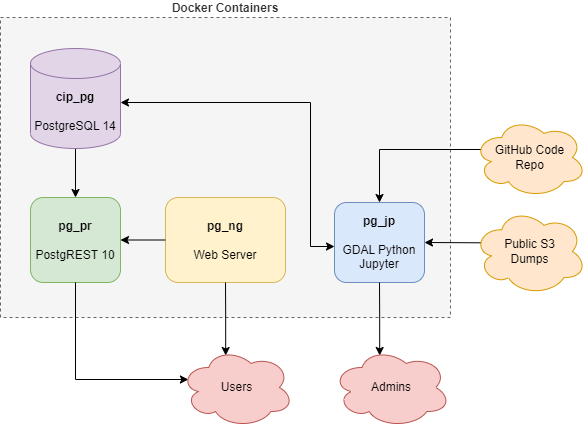
This is docs/architecture_local.drawio.png from USEPA/CIP-service, a draw.io export, as it was before one commit. Source tidied: cells renumbered, new cells last; positions are measured from the earlier drawing's top-left corner, leaving out a move shared by most shapes.
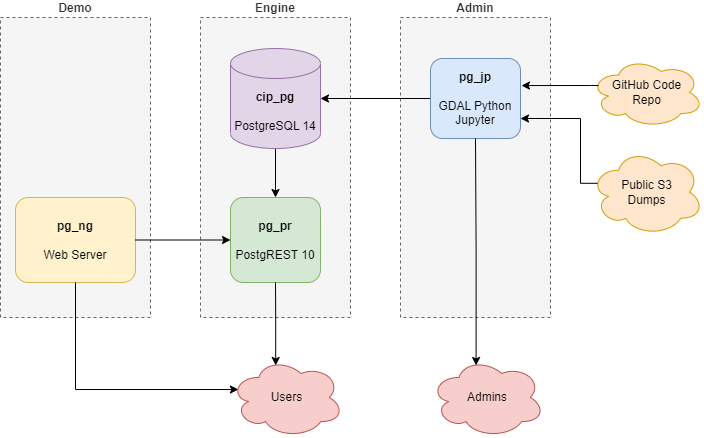
Above is the later version.

What changed in the source:
```diff
@@ -2,8 +2,14 @@
   <root>
     <mxCell id="0" />
     <mxCell id="1" parent="0" />
+    <mxCell id="20" value="&lt;b&gt;Demo&lt;/b&gt;" style="rounded=0;whiteSpace=wrap;html=1;fillColor=#f5f5f5;dashed=1;labelPosition=center;verticalLabelPosition=top;align=center;verticalAlign=bottom;fontColor=#333333;strokeColor=#666666;" parent="1" vertex="1">
+      <mxGeometry x="-80" y="10" width="150" height="300" as="geometry" />
+    </mxCell>
+    <mxCell id="21" value="&lt;b&gt;Admin&lt;br&gt;&lt;/b&gt;" style="rounded=0;whiteSpace=wrap;html=1;fillColor=#f5f5f5;dashed=1;labelPosition=center;verticalLabelPosition=top;align=center;verticalAlign=bottom;fontColor=#333333;strokeColor=#666666;" parent="1" vertex="1">
+      <mxGeometry x="320" y="10" width="150" height="300" as="geometry" />
+    </mxCell>
-    <mxCell id="2" value="&lt;b&gt;Docker Containers&lt;/b&gt;" style="rounded=0;whiteSpace=wrap;html=1;fillColor=#f5f5f5;dashed=1;labelPosition=center;verticalLabelPosition=top;align=center;verticalAlign=bottom;fontColor=#333333;strokeColor=#666666;" parent="1" vertex="1">
-      <mxGeometry width="450" height="300" as="geometry" />
+    <mxCell id="2" value="&lt;b&gt;Engine&lt;/b&gt;" style="rounded=0;whiteSpace=wrap;html=1;fillColor=#f5f5f5;dashed=1;labelPosition=center;verticalLabelPosition=top;align=center;verticalAlign=bottom;fontColor=#333333;strokeColor=#666666;" parent="1" vertex="1">
+      <mxGeometry x="120" y="10" width="150" height="300" as="geometry" />
     </mxCell>
     <mxCell id="3" style="edgeStyle=orthogonalEdgeStyle;rounded=0;jettySize=auto;html=1;exitX=0.5;exitY=1;exitDx=0;exitDy=0;exitPerimeter=0;entryX=0.5;entryY=0;entryDx=0;entryDy=0;" parent="1" edge="1" source="6" target="8">
       <mxGeometry relative="1" as="geometry" />
@@ -11,62 +17,57 @@
     <mxCell id="4" style="edgeStyle=orthogonalEdgeStyle;rounded=0;jettySize=auto;html=1;exitX=1;exitY=0.5;exitDx=0;exitDy=0;exitPerimeter=0;entryX=0;entryY=0.5;entryDx=0;entryDy=0;strokeColor=none;" parent="1" edge="1" source="6" target="7">
       <mxGeometry relative="1" as="geometry" />
     </mxCell>
-    <mxCell id="5" style="edgeStyle=orthogonalEdgeStyle;rounded=0;orthogonalLoop=1;jettySize=auto;html=1;entryX=0;entryY=0.5;entryDx=0;entryDy=0;startArrow=classic;startFill=1;exitX=1;exitY=0.5;exitDx=0;exitDy=0;exitPerimeter=0;" parent="1" edge="1">
-      <mxGeometry relative="1" as="geometry">
-        <mxPoint x="120" y="85" as="sourcePoint" />
-        <mxPoint x="334" y="229" as="targetPoint" />
-        <Array as="points">
-          <mxPoint x="310" y="85" />
-          <mxPoint x="310" y="229" />
-        </Array>
-      </mxGeometry>
-    </mxCell>
     <mxCell id="6" value="&lt;b&gt;cip_pg&lt;/b&gt;&lt;br&gt;&lt;br&gt;PostgreSQL 14" style="shape=cylinder3;whiteSpace=wrap;html=1;boundedLbl=1;backgroundOutline=1;size=15;fillColor=#e1d5e7;strokeColor=#9673a6;" parent="1" vertex="1">
-      <mxGeometry x="30" y="31" width="90" height="100" as="geometry" />
+      <mxGeometry x="150" y="41" width="90" height="100" as="geometry" />
     </mxCell>
+    <mxCell id="22" style="edgeStyle=orthogonalEdgeStyle;rounded=0;jettySize=auto;html=1;exitX=0;exitY=0.5;exitDx=0;exitDy=0;entryX=1;entryY=0.5;entryDx=0;entryDy=0;entryPerimeter=0;" parent="1" edge="1" source="7" target="6">
+      <mxGeometry relative="1" as="geometry" />
+    </mxCell>
     <mxCell id="7" value="&lt;b&gt;pg_jp&lt;/b&gt;&lt;br&gt;&lt;br&gt;GDAL Python Jupyter" style="rounded=1;whiteSpace=wrap;html=1;fillColor=#dae8fc;strokeColor=#6c8ebf;" parent="1" vertex="1">
-      <mxGeometry x="334" y="185" width="90" height="80" as="geometry" />
+      <mxGeometry x="350" y="51" width="90" height="80" as="geometry" />
     </mxCell>
     <mxCell id="8" value="&lt;b&gt;pg_pr&lt;/b&gt;&lt;br&gt;&lt;br&gt;PostgREST 10" style="rounded=1;whiteSpace=wrap;html=1;fillColor=#d5e8d4;strokeColor=#82b366;" parent="1" vertex="1">
-      <mxGeometry x="30" y="180" width="90" height="85" as="geometry" />
+      <mxGeometry x="150" y="190" width="90" height="85" as="geometry" />
     </mxCell>
     <mxCell id="9" value="&lt;b&gt;pg_ng&lt;br&gt;&lt;/b&gt;&lt;br&gt;Web Server" style="rounded=1;whiteSpace=wrap;html=1;fillColor=#fff2cc;strokeColor=#d6b656;" parent="1" vertex="1">
-      <mxGeometry x="165" y="180" width="120" height="85" as="geometry" />
+      <mxGeometry x="-65" y="190" width="120" height="85" as="geometry" />
     </mxCell>
-    <mxCell id="10" style="edgeStyle=orthogonalEdgeStyle;rounded=0;jettySize=auto;html=1;exitX=0.4;exitY=0.1;exitDx=0;exitDy=0;exitPerimeter=0;entryX=0.5;entryY=1;entryDx=0;entryDy=0;startArrow=classic;startFill=1;endArrow=none;endFill=0;" parent="1" edge="1" source="13" target="9">
+    <mxCell id="10" style="edgeStyle=orthogonalEdgeStyle;rounded=0;jettySize=auto;html=1;exitX=0.07;exitY=0.4;exitDx=0;exitDy=0;exitPerimeter=0;entryX=0.5;entryY=1;entryDx=0;entryDy=0;startArrow=classic;startFill=1;endArrow=none;endFill=0;" parent="1" edge="1" source="13" target="9">
       <mxGeometry relative="1" as="geometry" />
     </mxCell>
     <mxCell id="11" style="edgeStyle=orthogonalEdgeStyle;rounded=0;jettySize=auto;html=1;entryX=0.5;entryY=1;entryDx=0;entryDy=0;startArrow=classic;startFill=1;endArrow=none;endFill=0;exitX=0.4;exitY=0.1;exitDx=0;exitDy=0;exitPerimeter=0;" parent="1" edge="1" source="14" target="7">
       <mxGeometry relative="1" as="geometry" />
     </mxCell>
-    <mxCell id="12" style="edgeStyle=orthogonalEdgeStyle;rounded=0;jettySize=auto;html=1;exitX=0.07;exitY=0.4;exitDx=0;exitDy=0;exitPerimeter=0;entryX=0.5;entryY=1;entryDx=0;entryDy=0;startArrow=classic;startFill=1;endArrow=none;endFill=0;" parent="1" edge="1" source="13" target="8">
+    <mxCell id="12" style="edgeStyle=orthogonalEdgeStyle;rounded=0;jettySize=auto;html=1;exitX=0.4;exitY=0.1;exitDx=0;exitDy=0;exitPerimeter=0;entryX=0.5;entryY=1;entryDx=0;entryDy=0;startArrow=classic;startFill=1;endArrow=none;endFill=0;" parent="1" edge="1" source="13" target="8">
       <mxGeometry relative="1" as="geometry" />
     </mxCell>
     <mxCell id="13" value="Users" style="ellipse;shape=cloud;whiteSpace=wrap;html=1;fillColor=#f8cecc;strokeColor=#b85450;" parent="1" vertex="1">
-      <mxGeometry x="180" y="330" width="113" height="80" as="geometry" />
+      <mxGeometry x="150" y="350" width="113" height="80" as="geometry" />
     </mxCell>
     <mxCell id="14" value="Admins" style="ellipse;shape=cloud;whiteSpace=wrap;html=1;fillColor=#f8cecc;strokeColor=#b85450;" parent="1" vertex="1">
-      <mxGeometry x="332" y="330" width="118" height="80" as="geometry" />
+      <mxGeometry x="350" y="350" width="114" height="80" as="geometry" />
     </mxCell>
-    <mxCell id="15" style="edgeStyle=orthogonalEdgeStyle;rounded=0;jettySize=auto;html=1;entryX=0.5;entryY=0;entryDx=0;entryDy=0;startArrow=none;startFill=0;endArrow=classic;endFill=1;exitX=0.07;exitY=0.4;exitDx=0;exitDy=0;exitPerimeter=0;" parent="1" edge="1" source="16" target="7">
+    <mxCell id="15" style="edgeStyle=orthogonalEdgeStyle;rounded=0;jettySize=auto;html=1;entryX=1;entryY=0.75;entryDx=0;entryDy=0;startArrow=none;startFill=0;endArrow=classic;endFill=1;exitX=0.07;exitY=0.4;exitDx=0;exitDy=0;exitPerimeter=0;" parent="1" edge="1" source="18" target="7">
       <mxGeometry relative="1" as="geometry">
         <Array as="points">
-          <mxPoint x="379" y="132" />
+          <mxPoint x="500" y="176" />
+          <mxPoint x="500" y="111" />
         </Array>
       </mxGeometry>
     </mxCell>
     <mxCell id="16" value="GitHub&amp;nbsp;Code&lt;br&gt;Repo" style="ellipse;shape=cloud;whiteSpace=wrap;html=1;fillColor=#ffe6cc;strokeColor=#d79b00;" parent="1" vertex="1">
-      <mxGeometry x="473" y="100" width="113" height="80" as="geometry" />
+      <mxGeometry x="510" y="50" width="113" height="70" as="geometry" />
     </mxCell>
-    <mxCell id="17" style="edgeStyle=orthogonalEdgeStyle;rounded=0;jettySize=auto;html=1;exitX=0.07;exitY=0.4;exitDx=0;exitDy=0;exitPerimeter=0;entryX=1;entryY=0.5;entryDx=0;entryDy=0;startArrow=none;startFill=0;endArrow=classic;endFill=1;" parent="1" edge="1" source="18" target="7">
+    <mxCell id="17" style="edgeStyle=orthogonalEdgeStyle;rounded=0;jettySize=auto;html=1;exitX=0.07;exitY=0.4;exitDx=0;exitDy=0;exitPerimeter=0;entryX=1.011;entryY=0.338;entryDx=0;entryDy=0;startArrow=none;startFill=0;endArrow=classic;endFill=1;entryPerimeter=0;" parent="1" edge="1" source="16" target="7">
       <mxGeometry relative="1" as="geometry">
         <Array as="points">
-          <mxPoint x="481" y="225" />
+          <mxPoint x="510" y="78" />
+          <mxPoint x="510" y="78" />
         </Array>
       </mxGeometry>
     </mxCell>
     <mxCell id="18" value="Public S3&lt;br&gt;Dumps" style="ellipse;shape=cloud;whiteSpace=wrap;html=1;fillColor=#ffe6cc;strokeColor=#d79b00;" parent="1" vertex="1">
-      <mxGeometry x="473" y="190.5" width="113" height="87" as="geometry" />
+      <mxGeometry x="510" y="141" width="113" height="87" as="geometry" />
     </mxCell>
     <mxCell id="19" style="edgeStyle=orthogonalEdgeStyle;rounded=0;jettySize=auto;html=1;" parent="1" edge="1" source="9" target="8">
       <mxGeometry relative="1" as="geometry" />
```
